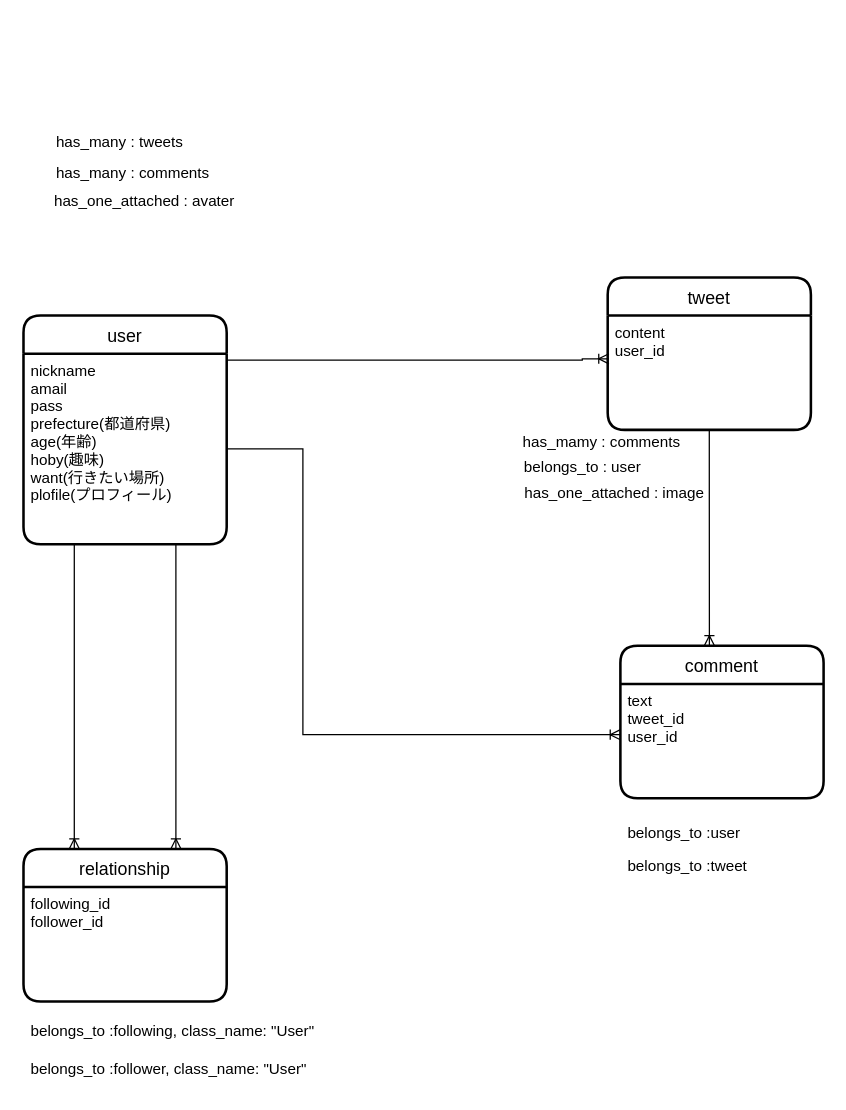
Earlier version of the draw.io diagram Drow.dio (nannano-sys/origin_app). Source tidied: cells renumbered, new cells numbered last; positions are measured from the earlier drawing's top-left corner, leaving out a move shared by most shapes. Both pictures are drawn from the tidied source at 127%, with x=0, y=0 at pixel (23, 124).
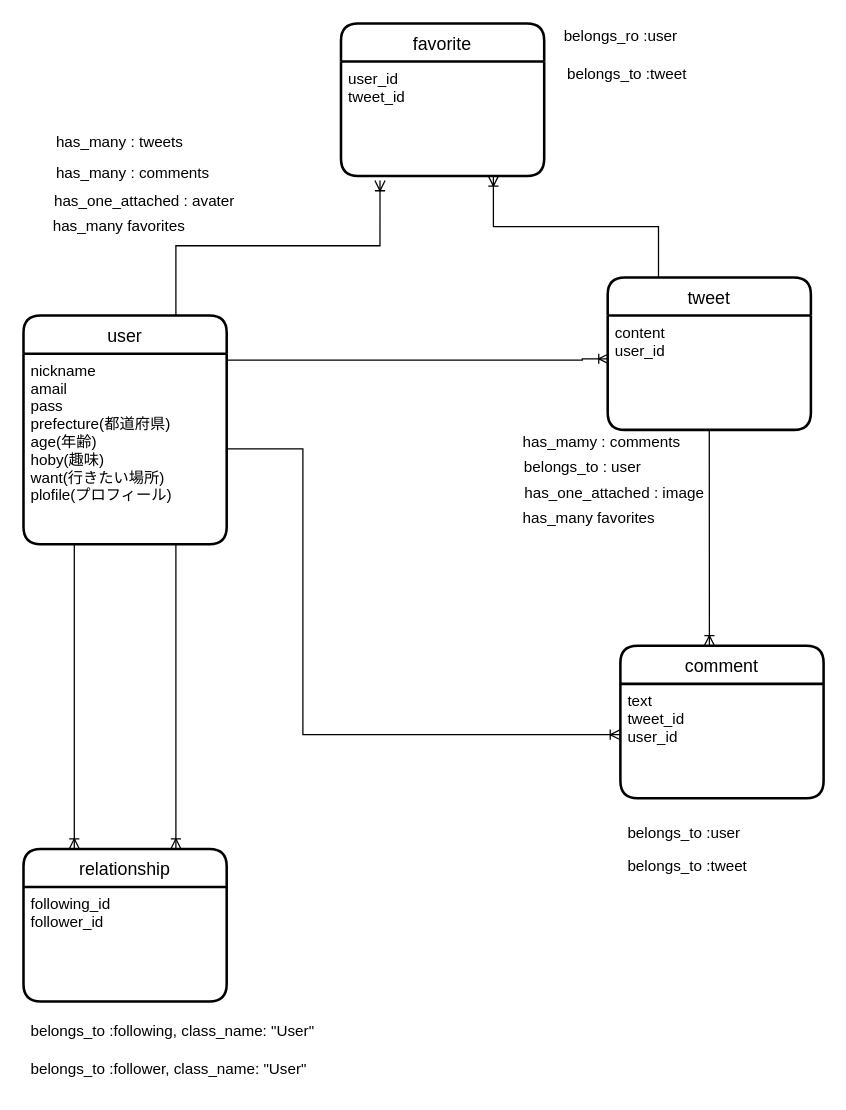
Above is the later version.

Unchanged cells that the change refers to:
```xml
<mxCell id="3" value="user" style="swimlane;horizontal=1;startSize=30;rounded=1;fontSize=14;fontStyle=0;strokeWidth=2;shadow=0;dashed=0;align=center;" parent="1" vertex="1">
  <mxGeometry y="150" width="160" height="180" as="geometry" />
</mxCell>
<mxCell id="5" value="tweet" style="swimlane;horizontal=1;startSize=30;rounded=1;fontSize=14;fontStyle=0;strokeWidth=2;shadow=0;dashed=0;align=center;" parent="1" vertex="1">
  <mxGeometry x="460" y="120" width="160" height="120" as="geometry" />
</mxCell>
```

Diff of the diagram source:
```diff
@@
+    <mxCell id="27" style="edgeStyle=orthogonalEdgeStyle;rounded=0;jettySize=auto;html=1;exitX=0.75;exitY=0;exitDx=0;exitDy=0;entryX=0.192;entryY=1.041;entryDx=0;entryDy=0;entryPerimeter=0;endArrow=ERoneToMany;endFill=0;" parent="1" edge="1" source="3" target="30">
+      <mxGeometry relative="1" as="geometry" />
+    </mxCell>
@@
+    <mxCell id="28" style="edgeStyle=orthogonalEdgeStyle;rounded=0;jettySize=auto;html=1;exitX=0.25;exitY=0;exitDx=0;exitDy=0;entryX=0.75;entryY=1;entryDx=0;entryDy=0;endArrow=ERoneToMany;endFill=0;" parent="1" edge="1" source="5" target="30">
+      <mxGeometry relative="1" as="geometry" />
+    </mxCell>
@@
+    <mxCell id="29" value="favorite" style="swimlane;horizontal=1;startSize=30;rounded=1;fontSize=14;fontStyle=0;strokeWidth=2;shadow=0;dashed=0;align=center;" parent="1" vertex="1">
+      <mxGeometry x="250" y="-80" width="160" height="120" as="geometry" />
+    </mxCell>
+    <mxCell id="30" value="user_id&#10;tweet_id" style="align=left;strokeColor=none;fillColor=none;spacingLeft=4;fontSize=12;verticalAlign=top;" parent="29" vertex="1">
+      <mxGeometry y="30" width="160" height="90" as="geometry" />
+    </mxCell>
+    <mxCell id="31" value="has_many favorites" style="text;html=1;align=center;verticalAlign=middle;" parent="1" vertex="1">
+      <mxGeometry x="15" y="70" width="120" height="20" as="geometry" />
+    </mxCell>
+    <mxCell id="32" style="text;html=1;align=center;verticalAlign=middle;" parent="1" vertex="1">
+      <mxGeometry x="410" y="300" width="20" height="20" as="geometry" />
+    </mxCell>
+    <mxCell id="33" value="has_many favorites" style="text;html=1;align=center;verticalAlign=middle;" parent="1" vertex="1">
+      <mxGeometry x="385" y="300" width="120" height="20" as="geometry" />
+    </mxCell>
+    <mxCell id="34" value="belongs_ro :user" style="text;html=1;align=center;verticalAlign=middle;" parent="1" vertex="1">
+      <mxGeometry x="420" y="-80" width="100" height="20" as="geometry" />
+    </mxCell>
+    <mxCell id="35" value="belongs_to :tweet" style="text;html=1;align=center;verticalAlign=middle;" parent="1" vertex="1">
+      <mxGeometry x="420" y="-50" width="110" height="20" as="geometry" />
+    </mxCell>
```
